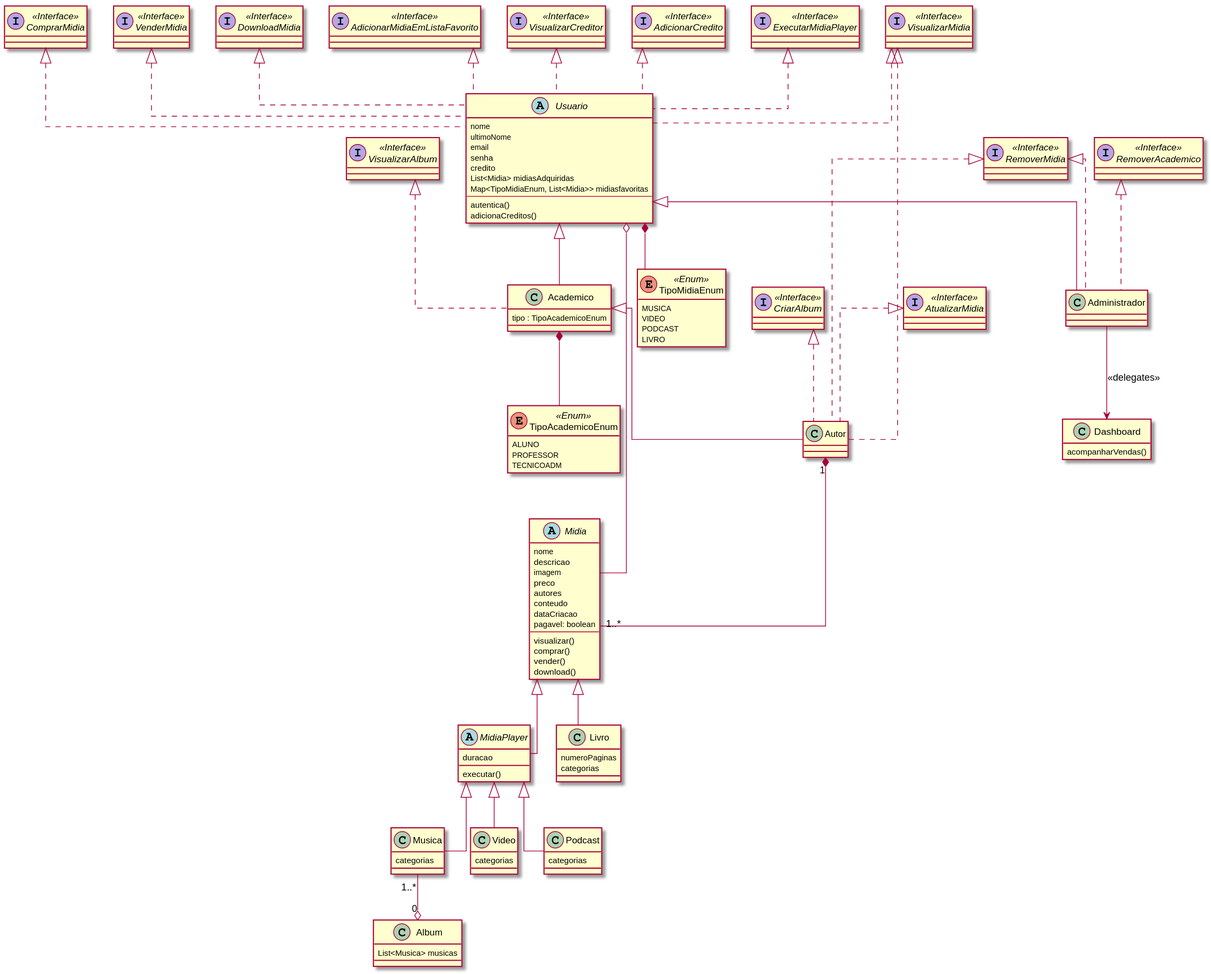
Above: class-diagram/class.svg in arielazzi/desenvolvimento-de-software-I (PlantUML), before the change.
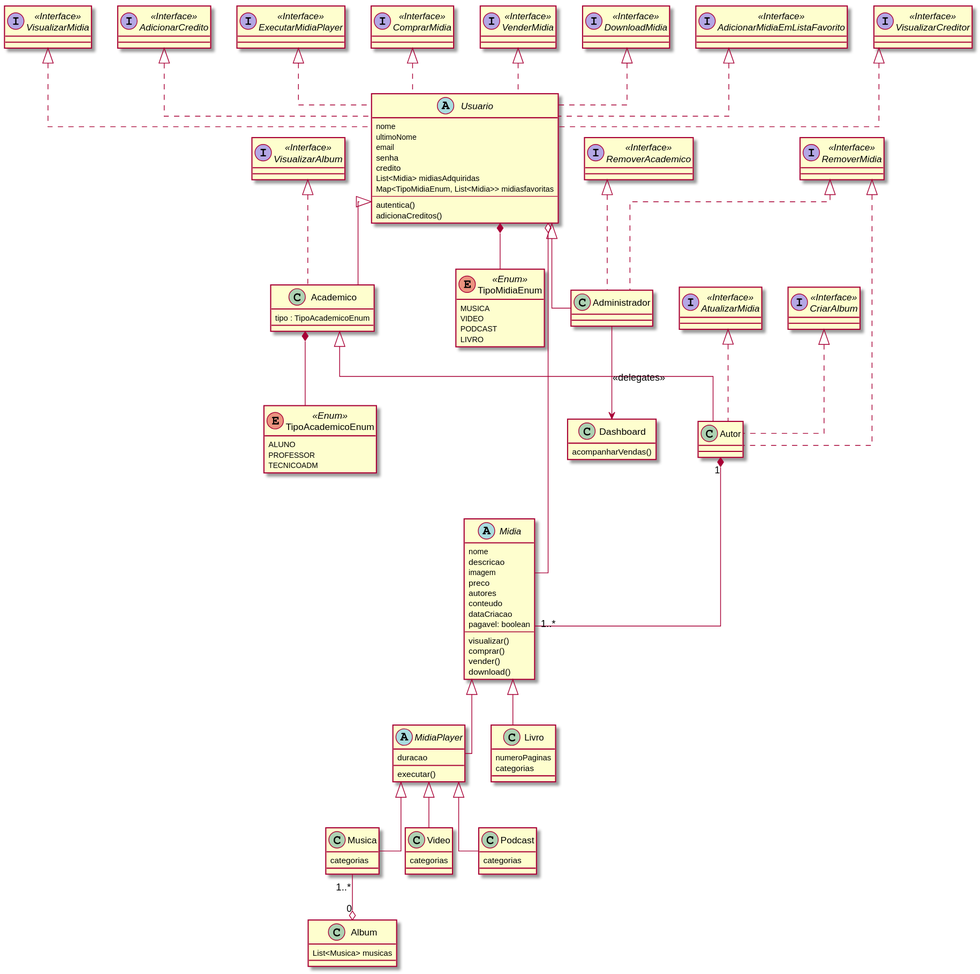
Later version of the same file.

Commit message:
update class diagram

What changed in the source:
```diff
@@ -110,7 +110,6 @@
 CriarAlbum <|.. Autor
 AdicionarCredito <|.. Usuario
 VisualizarMidia <|.. Usuario
-VisualizarMidia <|.. Autor
 RemoverMidia <|.. Autor
 RemoverMidia <|.. Administrador
 RemoverAcademico <|.. Administrador
```
